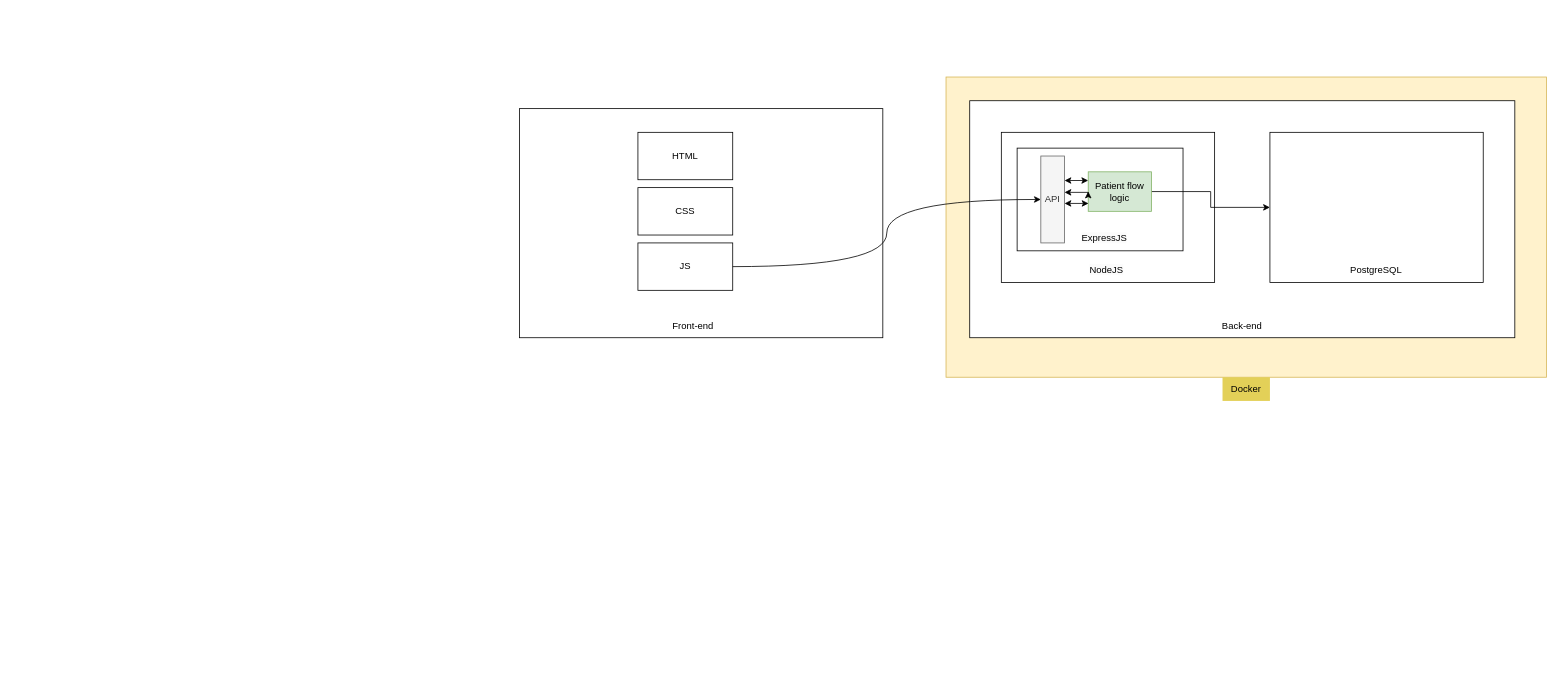
The draw.io diagram docs/architecture.drawio in ucl-casa-ce/hercules-web, before the edit. Source tidied: cells renumbered, new cells numbered last; positions are measured from the earlier drawing's top-left corner, leaving out a move shared by most shapes. Both pictures are drawn from the tidied source at 79%, with x=0, y=0 at pixel (519, 77).
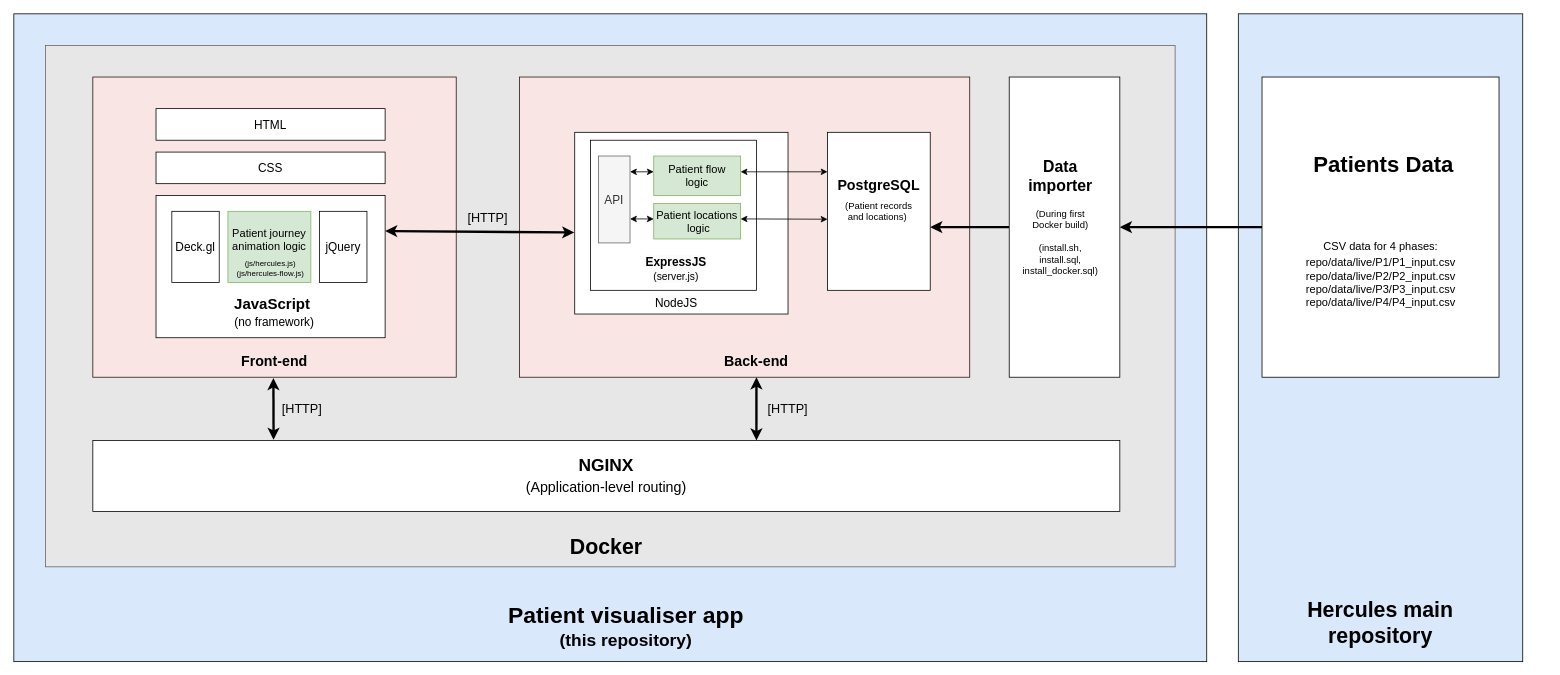
The same diagram, later.

Commit message:
Revise architecture diagram with new elements

Updated architecture diagram with new components and styles.

The edit, as a diff of the source:
```diff
@@
-    <mxCell id="2" style="rounded=0;whiteSpace=wrap;html=1;fillColor=#fff2cc;strokeColor=#d6b656;" parent="1" vertex="1">
-      <mxGeometry x="540" width="760" height="380" as="geometry" />
-    </mxCell>
-    <mxCell id="3" style="rounded=0;whiteSpace=wrap;html=1;" parent="1" vertex="1">
-      <mxGeometry y="40" width="460" height="290" as="geometry" />
-    </mxCell>
+    <mxCell id="24" style="rounded=0;whiteSpace=wrap;html=1;fillColor=#dae8fc;strokeColor=#020203;" parent="1" vertex="1">
+      <mxGeometry x="-640" y="-80" width="1510" height="820" as="geometry" />
+    </mxCell>
+    <mxCell id="25" value="&lt;font style=&quot;font-size: 29px;&quot;&gt;Patient visualiser app&lt;/font&gt;&lt;div&gt;&lt;font style=&quot;font-size: 22px;&quot;&gt;(this&amp;nbsp;repository)&lt;/font&gt;&lt;/div&gt;" style="text;html=1;align=center;verticalAlign=middle;whiteSpace=wrap;rounded=0;fontStyle=1;fontSize=23;" parent="1" vertex="1">
+      <mxGeometry x="-60" y="660" width="390" height="72" as="geometry" />
+    </mxCell>
+    <mxCell id="26" style="rounded=0;whiteSpace=wrap;html=1;fillColor=#E7E7E7;fontColor=#333333;strokeColor=#666666;" parent="1" vertex="1">
+      <mxGeometry x="-600" y="-40" width="1430" height="660" as="geometry" />
+    </mxCell>
+    <mxCell id="23" value="&lt;font&gt;&lt;b&gt;Docker&lt;/b&gt;&lt;/font&gt;" style="text;html=1;align=center;verticalAlign=middle;whiteSpace=wrap;rounded=0;fontSize=27;" parent="1" vertex="1">
+      <mxGeometry x="80" y="580" width="60" height="30" as="geometry" />
+    </mxCell>
+    <mxCell id="27" style="rounded=0;whiteSpace=wrap;html=1;fillColor=#F8E5E4;strokeColor=#2B1311;" parent="1" vertex="1">
+      <mxGeometry width="570" height="380" as="geometry" />
+    </mxCell>
+    <mxCell id="28" style="rounded=0;whiteSpace=wrap;html=1;fillColor=#F8E5E4;strokeColor=#2B1311;" parent="1" vertex="1">
+      <mxGeometry x="-540" width="460" height="380" as="geometry" />
+    </mxCell>
-    <mxCell id="4" value="Front-end" style="text;html=1;align=center;verticalAlign=middle;whiteSpace=wrap;rounded=0;" parent="1" vertex="1">
-      <mxGeometry x="190" y="300" width="60" height="30" as="geometry" />
+    <mxCell id="4" value="Front-end" style="text;html=1;align=center;verticalAlign=middle;whiteSpace=wrap;rounded=0;fontSize=18;fontStyle=1;" parent="1" vertex="1">
+      <mxGeometry x="-375" y="340" width="130" height="40" as="geometry" />
     </mxCell>
-    <mxCell id="5" style="rounded=0;whiteSpace=wrap;html=1;" parent="1" vertex="1">
-      <mxGeometry x="570" y="30" width="690" height="300" as="geometry" />
-    </mxCell>
-    <mxCell id="6" value="Back-end" style="text;html=1;align=center;verticalAlign=middle;whiteSpace=wrap;rounded=0;" parent="1" vertex="1">
-      <mxGeometry x="885" y="300" width="60" height="30" as="geometry" />
-    </mxCell>
-    <mxCell id="7" value="HTML" style="rounded=0;whiteSpace=wrap;html=1;" parent="1" vertex="1">
-      <mxGeometry x="150" y="70" width="120" height="60" as="geometry" />
+    <mxCell id="7" value="HTML" style="rounded=0;whiteSpace=wrap;html=1;fontSize=15;" parent="1" vertex="1">
+      <mxGeometry x="-460" y="40" width="290" height="40" as="geometry" />
     </mxCell>
-    <mxCell id="8" value="CSS" style="rounded=0;whiteSpace=wrap;html=1;" parent="1" vertex="1">
-      <mxGeometry x="150" y="140" width="120" height="60" as="geometry" />
+    <mxCell id="8" value="CSS" style="rounded=0;whiteSpace=wrap;html=1;fontSize=15;" parent="1" vertex="1">
+      <mxGeometry x="-460" y="95" width="290" height="40" as="geometry" />
     </mxCell>
-    <mxCell id="9" value="JS" style="rounded=0;whiteSpace=wrap;html=1;" parent="1" vertex="1">
-      <mxGeometry x="150" y="210" width="120" height="60" as="geometry" />
-    </mxCell>
-    <mxCell id="10" style="rounded=0;whiteSpace=wrap;html=1;" parent="1" vertex="1">
-      <mxGeometry x="610" y="70" width="270" height="190" as="geometry" />
-    </mxCell>
+    <mxCell id="29" style="rounded=0;whiteSpace=wrap;html=1;fontSize=15;" parent="1" vertex="1">
+      <mxGeometry x="-460" y="150" width="290" height="180" as="geometry" />
+    </mxCell>
+    <mxCell id="30" style="rounded=0;whiteSpace=wrap;html=1;" parent="1" vertex="1">
+      <mxGeometry x="70" y="70" width="270" height="230" as="geometry" />
+    </mxCell>
-    <mxCell id="11" value="&lt;span style=&quot;color: rgb(0, 0, 0); font-family: Helvetica; font-size: 12px; font-style: normal; font-variant-ligatures: normal; font-variant-caps: normal; font-weight: 400; letter-spacing: normal; orphans: 2; text-align: center; text-indent: 0px; text-transform: none; widows: 2; word-spacing: 0px; -webkit-text-stroke-width: 0px; white-space: normal; background-color: rgb(251, 251, 251); text-decoration-thickness: initial; text-decoration-style: initial; text-decoration-color: initial; display: inline !important; float: none;&quot;&gt;NodeJS&lt;/span&gt;" style="text;whiteSpace=wrap;html=1;" parent="1" vertex="1">
-      <mxGeometry x="720" y="230" width="80" height="40" as="geometry" />
+    <mxCell id="11" value="&lt;span style=&quot;color: rgb(0, 0, 0); font-family: Helvetica; font-style: normal; font-variant-ligatures: normal; font-variant-caps: normal; font-weight: 400; letter-spacing: normal; orphans: 2; text-align: center; text-indent: 0px; text-transform: none; widows: 2; word-spacing: 0px; -webkit-text-stroke-width: 0px; white-space: normal; background-color: rgb(251, 251, 251); text-decoration-thickness: initial; text-decoration-style: initial; text-decoration-color: initial; float: none; display: inline !important;&quot;&gt;NodeJS&lt;/span&gt;" style="text;whiteSpace=wrap;html=1;fontSize=15;" parent="1" vertex="1">
+      <mxGeometry x="170" y="270" width="80" height="40" as="geometry" />
     </mxCell>
-    <mxCell id="12" style="rounded=0;whiteSpace=wrap;html=1;" parent="1" vertex="1">
-      <mxGeometry x="630" y="90" width="210" height="130" as="geometry" />
-    </mxCell>
-    <mxCell id="13" value="&lt;span style=&quot;color: rgb(0, 0, 0); font-family: Helvetica; font-size: 12px; font-style: normal; font-variant-ligatures: normal; font-variant-caps: normal; font-weight: 400; letter-spacing: normal; orphans: 2; text-align: center; text-indent: 0px; text-transform: none; widows: 2; word-spacing: 0px; -webkit-text-stroke-width: 0px; white-space: normal; background-color: rgb(251, 251, 251); text-decoration-thickness: initial; text-decoration-style: initial; text-decoration-color: initial; display: inline !important; float: none;&quot;&gt;ExpressJS&lt;/span&gt;" style="text;whiteSpace=wrap;html=1;" parent="1" vertex="1">
-      <mxGeometry x="710" y="190" width="90" height="40" as="geometry" />
-    </mxCell>
-    <mxCell id="14" style="edgeStyle=orthogonalEdgeStyle;rounded=0;jettySize=auto;html=1;entryX=0;entryY=0.5;entryDx=0;entryDy=0;" parent="1" edge="1" source="15" target="16">
-      <mxGeometry relative="1" as="geometry" />
-    </mxCell>
+    <mxCell id="31" style="rounded=0;whiteSpace=wrap;html=1;" parent="1" vertex="1">
+      <mxGeometry x="90" y="80" width="210" height="190" as="geometry" />
+    </mxCell>
+    <mxCell id="32" value="&lt;span style=&quot;color: rgb(0, 0, 0); font-family: Helvetica; font-style: normal; font-variant-ligatures: normal; font-variant-caps: normal; letter-spacing: normal; orphans: 2; text-indent: 0px; text-transform: none; widows: 2; word-spacing: 0px; -webkit-text-stroke-width: 0px; white-space: normal; background-color: rgb(251, 251, 251); text-decoration-thickness: initial; text-decoration-style: initial; text-decoration-color: initial; float: none; display: inline !important;&quot;&gt;&lt;b&gt;ExpressJS&lt;/b&gt;&lt;br&gt;&lt;font style=&quot;font-size: 13px;&quot;&gt;(server.js)&lt;/font&gt;&lt;/span&gt;" style="text;whiteSpace=wrap;html=1;fontSize=15;align=center;" parent="1" vertex="1">
+      <mxGeometry x="160" y="219" width="77" height="50" as="geometry" />
+    </mxCell>
+    <mxCell id="33" style="rounded=0;jettySize=auto;html=1;entryX=0;entryY=0.25;entryDx=0;entryDy=0;startArrow=classic;startFill=1;" parent="1" edge="1" target="34">
+      <mxGeometry relative="1" as="geometry">
+        <mxPoint x="280" y="120" as="sourcePoint" />
+      </mxGeometry>
+    </mxCell>
-    <mxCell id="15" value="Patient flow logic" style="text;html=1;align=center;verticalAlign=middle;whiteSpace=wrap;rounded=0;fillColor=#d5e8d4;strokeColor=#82b366;" parent="1" vertex="1">
-      <mxGeometry x="720" y="120" width="80" height="50" as="geometry" />
+    <mxCell id="15" value="Patient flow&lt;br&gt;logic" style="text;html=1;align=center;verticalAlign=middle;whiteSpace=wrap;rounded=0;fillColor=#d5e8d4;strokeColor=#82b366;fontSize=14;" parent="1" vertex="1">
+      <mxGeometry x="170" y="100" width="110" height="50" as="geometry" />
     </mxCell>
-    <mxCell id="16" style="rounded=0;whiteSpace=wrap;html=1;" parent="1" vertex="1">
-      <mxGeometry x="950" y="70" width="270" height="190" as="geometry" />
-    </mxCell>
+    <mxCell id="34" style="rounded=0;whiteSpace=wrap;html=1;" parent="1" vertex="1">
+      <mxGeometry x="390" y="70" width="130" height="200" as="geometry" />
+    </mxCell>
-    <mxCell id="17" value="PostgreSQL" style="text;whiteSpace=wrap;" parent="1" vertex="1">
-      <mxGeometry x="1050" y="230" width="90" height="40" as="geometry" />
+    <mxCell id="17" value="PostgreSQL" style="text;whiteSpace=wrap;fontStyle=1;align=center;fontSize=18;" parent="1" vertex="1">
+      <mxGeometry x="410" y="120" width="90" height="20" as="geometry" />
     </mxCell>
-    <mxCell id="18" value="API" style="rounded=0;whiteSpace=wrap;html=1;fillColor=#f5f5f5;fontColor=#333333;strokeColor=#666666;" parent="1" vertex="1">
-      <mxGeometry x="660" y="100" width="30" height="110" as="geometry" />
+    <mxCell id="18" value="API" style="rounded=0;whiteSpace=wrap;html=1;fillColor=#f5f5f5;fontColor=#333333;strokeColor=#666666;fontSize=15;" parent="1" vertex="1">
+      <mxGeometry x="100" y="100" width="40" height="110" as="geometry" />
     </mxCell>
-    <mxCell id="19" style="edgeStyle=orthogonalEdgeStyle;rounded=0;orthogonalLoop=1;jettySize=auto;html=1;entryX=0.005;entryY=0.688;entryDx=0;entryDy=0;entryPerimeter=0;startArrow=classic;startFill=1;" parent="1" edge="1">
-      <mxGeometry relative="1" as="geometry">
-        <mxPoint x="690" y="160" as="sourcePoint" />
-        <mxPoint x="720.4" y="159.4" as="targetPoint" />
-      </mxGeometry>
-    </mxCell>
-    <mxCell id="20" style="edgeStyle=orthogonalEdgeStyle;rounded=0;orthogonalLoop=1;jettySize=auto;html=1;startArrow=classic;startFill=1;" parent="1" edge="1">
-      <mxGeometry relative="1" as="geometry">
-        <mxPoint x="690" y="146" as="sourcePoint" />
-        <mxPoint x="720" y="145" as="targetPoint" />
-      </mxGeometry>
-    </mxCell>
-    <mxCell id="21" style="edgeStyle=orthogonalEdgeStyle;rounded=0;orthogonalLoop=1;jettySize=auto;html=1;startArrow=classic;startFill=1;" parent="1" edge="1">
-      <mxGeometry relative="1" as="geometry">
-        <mxPoint x="690" y="131" as="sourcePoint" />
-        <mxPoint x="720" y="131" as="targetPoint" />
-      </mxGeometry>
-    </mxCell>
-    <mxCell id="22" style="edgeStyle=orthogonalEdgeStyle;rounded=0;jettySize=auto;html=1;entryX=0;entryY=0.5;entryDx=0;entryDy=0;curved=1;" parent="1" edge="1" source="9" target="18">
-      <mxGeometry relative="1" as="geometry" />
-    </mxCell>
-    <mxCell id="23" value="&lt;font&gt;Docker&lt;/font&gt;" style="text;html=1;align=center;verticalAlign=middle;whiteSpace=wrap;rounded=0;fillColor=#E3D058;fontColor=#000000;" parent="1" vertex="1">
-      <mxGeometry x="890" y="380" width="60" height="30" as="geometry" />
-    </mxCell>
+    <mxCell id="35" style="edgeStyle=orthogonalEdgeStyle;rounded=0;orthogonalLoop=1;jettySize=auto;html=1;startArrow=classic;startFill=1;" parent="1" edge="1">
+      <mxGeometry relative="1" as="geometry">
+        <mxPoint x="140" y="120" as="sourcePoint" />
+        <mxPoint x="170" y="120" as="targetPoint" />
+      </mxGeometry>
+    </mxCell>
+    <mxCell id="36" style="rounded=0;jettySize=auto;html=1;startArrow=classic;startFill=1;entryX=-0.002;entryY=0.551;entryDx=0;entryDy=0;entryPerimeter=0;strokeWidth=3;exitX=1;exitY=0.25;exitDx=0;exitDy=0;" parent="1" edge="1" source="29" target="30">
+      <mxGeometry relative="1" as="geometry" />
+    </mxCell>
+    <mxCell id="37" value="Deck.gl" style="rounded=0;whiteSpace=wrap;html=1;fontSize=15;" parent="1" vertex="1">
+      <mxGeometry x="-440" y="170" width="60" height="90" as="geometry" />
+    </mxCell>
+    <mxCell id="38" value="jQuery" style="rounded=0;whiteSpace=wrap;html=1;fontSize=15;" parent="1" vertex="1">
+      <mxGeometry x="-253" y="170" width="60" height="90" as="geometry" />
+    </mxCell>
+    <mxCell id="6" value="Back-end" style="text;html=1;align=center;verticalAlign=middle;whiteSpace=wrap;rounded=0;fontStyle=1;fontSize=18;" parent="1" vertex="1">
+      <mxGeometry x="250" y="340" width="100" height="40" as="geometry" />
+    </mxCell>
+    <mxCell id="39" value="Patient locations&lt;br&gt;&amp;nbsp;logic" style="text;html=1;align=center;verticalAlign=middle;whiteSpace=wrap;rounded=0;fillColor=#d5e8d4;strokeColor=#82b366;fontSize=14;" parent="1" vertex="1">
+      <mxGeometry x="170" y="160" width="110" height="45" as="geometry" />
+    </mxCell>
+    <mxCell id="40" style="edgeStyle=orthogonalEdgeStyle;rounded=0;orthogonalLoop=1;jettySize=auto;html=1;startArrow=classic;startFill=1;" parent="1" edge="1">
+      <mxGeometry relative="1" as="geometry">
+        <mxPoint x="140" y="179.6" as="sourcePoint" />
+        <mxPoint x="170" y="179.6" as="targetPoint" />
+      </mxGeometry>
+    </mxCell>
+    <mxCell id="41" style="rounded=0;orthogonalLoop=1;jettySize=auto;html=1;startArrow=classic;startFill=1;" parent="1" edge="1">
+      <mxGeometry relative="1" as="geometry">
+        <mxPoint x="280" y="179.6" as="sourcePoint" />
+        <mxPoint x="390" y="180" as="targetPoint" />
+      </mxGeometry>
+    </mxCell>
+    <mxCell id="42" value="(Patient records and locations) " style="text;whiteSpace=wrap;fontStyle=0;align=center;fontSize=12;" parent="1" vertex="1">
+      <mxGeometry x="410" y="150" width="90" height="40" as="geometry" />
+    </mxCell>
+    <mxCell id="43" style="edgeStyle=orthogonalEdgeStyle;rounded=0;jettySize=auto;html=1;entryX=1;entryY=0.6;entryDx=0;entryDy=0;fontSize=20;strokeWidth=3;entryPerimeter=0;" parent="1" edge="1" source="44" target="34">
+      <mxGeometry relative="1" as="geometry" />
+    </mxCell>
+    <mxCell id="44" style="rounded=0;whiteSpace=wrap;html=1;" parent="1" vertex="1">
+      <mxGeometry x="620" width="140" height="380" as="geometry" />
+    </mxCell>
+    <mxCell id="45" value="Data importer" style="text;whiteSpace=wrap;fontStyle=1;align=center;fontSize=20;" parent="1" vertex="1">
+      <mxGeometry x="630" y="95" width="110" height="55" as="geometry" />
+    </mxCell>
+    <mxCell id="46" value="(During first Docker build)&#10;&#10;(install.sh,&#10;install.sql,&#10;install_docker.sql)" style="text;whiteSpace=wrap;fontStyle=0;align=center;fontSize=12;" parent="1" vertex="1">
+      <mxGeometry x="640" y="160" width="90" height="90" as="geometry" />
+    </mxCell>
+    <mxCell id="47" value="&lt;font style=&quot;&quot;&gt;NGINX&lt;br&gt;&lt;font style=&quot;font-weight: normal; font-size: 18px;&quot;&gt;(Application-level routing)&lt;/font&gt;&lt;/font&gt;" style="rounded=0;whiteSpace=wrap;html=1;fontSize=22;fontStyle=1;" parent="1" vertex="1">
+      <mxGeometry x="-540" y="460" width="1300" height="90" as="geometry" />
+    </mxCell>
+    <mxCell id="48" style="rounded=0;jettySize=auto;html=1;startArrow=classic;startFill=1;strokeWidth=3;exitX=1;exitY=0.25;exitDx=0;exitDy=0;entryX=0.176;entryY=-0.008;entryDx=0;entryDy=0;entryPerimeter=0;" parent="1" edge="1" target="47">
+      <mxGeometry relative="1" as="geometry">
+        <mxPoint x="-311.4" y="381" as="sourcePoint" />
+      </mxGeometry>
+    </mxCell>
+    <mxCell id="49" style="rounded=0;orthogonalLoop=1;jettySize=auto;html=1;startArrow=classic;startFill=1;strokeWidth=3;exitX=1;exitY=0.25;exitDx=0;exitDy=0;" parent="1" edge="1">
+      <mxGeometry relative="1" as="geometry">
+        <mxPoint x="300" y="380" as="sourcePoint" />
+        <mxPoint x="300" y="460" as="targetPoint" />
+      </mxGeometry>
+    </mxCell>
+    <mxCell id="50" value="&lt;font&gt;Patient journey animation logic&lt;/font&gt;&lt;div&gt;&lt;br&gt;&lt;/div&gt;" style="rounded=0;whiteSpace=wrap;html=1;fillColor=#d5e8d4;strokeColor=#82b366;fontSize=14;" parent="1" vertex="1">
+      <mxGeometry x="-369" y="170" width="105" height="90" as="geometry" />
+    </mxCell>
+    <mxCell id="51" value="(js/hercules.js)(js/hercules-flow.js)" style="text;html=1;whiteSpace=wrap;strokeColor=none;fillColor=none;align=center;verticalAlign=middle;rounded=0;fontSize=10;" parent="1" vertex="1">
+      <mxGeometry x="-360" y="227" width="90" height="30" as="geometry" />
+    </mxCell>
+    <mxCell id="52" value="&lt;span style=&quot;font-weight: normal;&quot;&gt;[HTTP]&lt;/span&gt;" style="text;html=1;align=center;verticalAlign=middle;whiteSpace=wrap;rounded=0;fontSize=16;fontStyle=1;" parent="1" vertex="1">
+      <mxGeometry x="-70" y="157.5" width="60" height="40" as="geometry" />
+    </mxCell>
+    <mxCell id="53" value="&lt;span style=&quot;font-weight: normal;&quot;&gt;[HTTP]&lt;/span&gt;" style="text;html=1;align=center;verticalAlign=middle;whiteSpace=wrap;rounded=0;fontSize=16;fontStyle=1;" parent="1" vertex="1">
+      <mxGeometry x="-305" y="400" width="60" height="40" as="geometry" />
+    </mxCell>
+    <mxCell id="54" value="&lt;span style=&quot;font-weight: normal;&quot;&gt;[HTTP]&lt;/span&gt;" style="text;html=1;align=center;verticalAlign=middle;whiteSpace=wrap;rounded=0;fontSize=16;fontStyle=1;" parent="1" vertex="1">
+      <mxGeometry x="310" y="400" width="60" height="40" as="geometry" />
+    </mxCell>
+    <mxCell id="55" style="rounded=0;whiteSpace=wrap;html=1;fillColor=#dae8fc;strokeColor=#020203;" parent="1" vertex="1">
+      <mxGeometry x="910" y="-80" width="360" height="820" as="geometry" />
+    </mxCell>
+    <mxCell id="56" value="&lt;font style=&quot;font-size: 27px;&quot;&gt;Hercules main repository&lt;/font&gt;" style="text;html=1;align=center;verticalAlign=middle;whiteSpace=wrap;rounded=0;fontStyle=1;fontSize=18;" parent="1" vertex="1">
+      <mxGeometry x="935" y="650" width="310" height="82" as="geometry" />
+    </mxCell>
+    <mxCell id="57" value="JavaScript " style="text;whiteSpace=wrap;align=center;fontStyle=1;fontSize=19;" parent="1" vertex="1">
+      <mxGeometry x="-395" y="270" width="170" height="30" as="geometry" />
+    </mxCell>
+    <mxCell id="58" value="(no framework)" style="text;whiteSpace=wrap;align=center;fontStyle=0;fontSize=15;" parent="1" vertex="1">
+      <mxGeometry x="-395" y="295" width="170" height="30" as="geometry" />
+    </mxCell>
+    <mxCell id="59" style="rounded=0;whiteSpace=wrap;html=1;" parent="1" vertex="1">
+      <mxGeometry x="940" width="300" height="380" as="geometry" />
+    </mxCell>
+    <mxCell id="60" value="Patients Data&#10;&#10;" style="text;whiteSpace=wrap;fontStyle=1;align=center;fontSize=28;" parent="1" vertex="1">
+      <mxGeometry x="978.5" y="87.5" width="230" height="75" as="geometry" />
+    </mxCell>
+    <mxCell id="61" value="repo/data/live/P1/P1_input.csv&#10;repo/data/live/P2/P2_input.csv&#10;repo/data/live/P3/P3_input.csv&#10;repo/data/live/P4/P4_input.csv" style="text;whiteSpace=wrap;fontStyle=0;align=center;fontSize=14;" parent="1" vertex="1">
+      <mxGeometry x="985.5" y="220" width="209" height="80" as="geometry" />
+    </mxCell>
+    <mxCell id="62" value="&lt;span&gt;CSV data for 4 phases:&lt;/span&gt;" style="text;html=1;whiteSpace=wrap;strokeColor=none;fillColor=none;align=center;verticalAlign=middle;rounded=0;fontSize=14;" parent="1" vertex="1">
+      <mxGeometry x="975.8" y="200" width="228.5" height="30" as="geometry" />
+    </mxCell>
+    <mxCell id="63" style="edgeStyle=orthogonalEdgeStyle;rounded=0;jettySize=auto;html=1;entryX=1;entryY=0.6;entryDx=0;entryDy=0;fontSize=20;strokeWidth=3;entryPerimeter=0;exitX=0;exitY=0.5;exitDx=0;exitDy=0;" parent="1" edge="1" source="59">
+      <mxGeometry relative="1" as="geometry">
+        <mxPoint x="760" y="190" as="targetPoint" />
+      </mxGeometry>
+    </mxCell>
```
